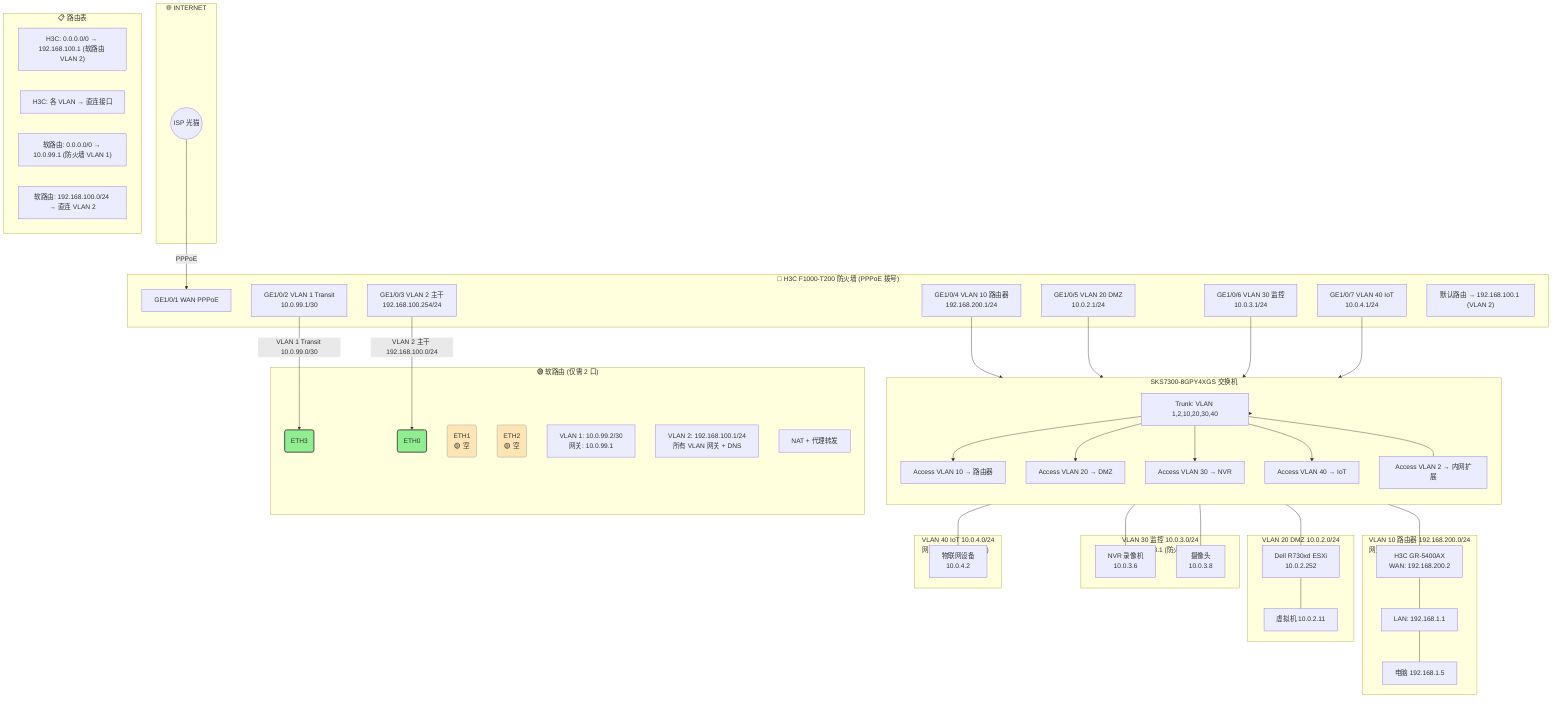
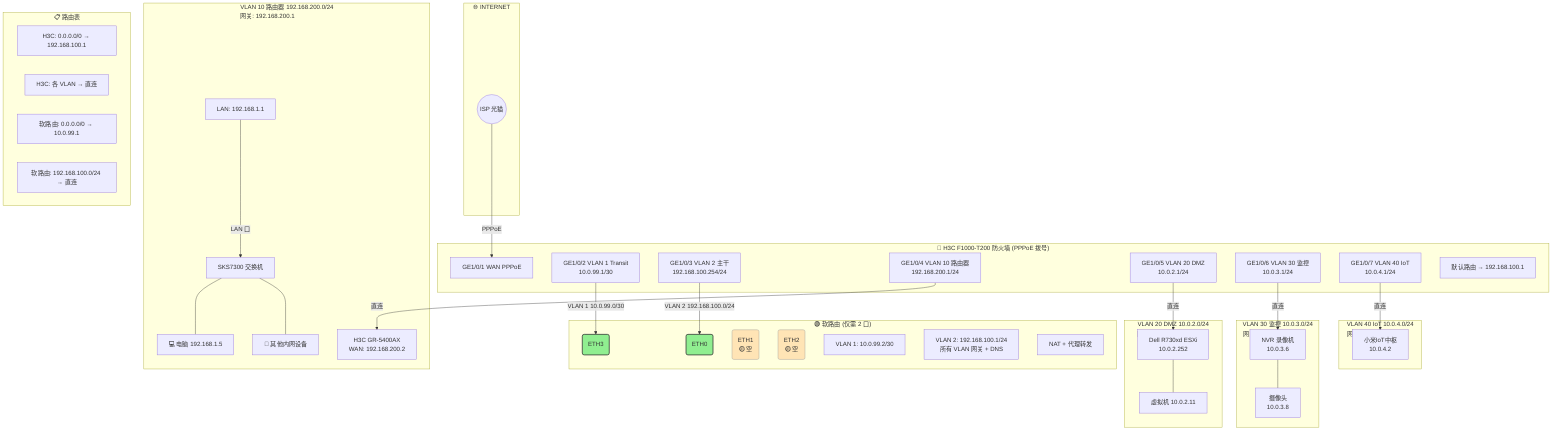
graph TB
    subgraph INTERNET["🌐 INTERNET"]
        ISP(("ISP 光猫"))
    end

    subgraph FW["🔴 H3C F1000-T200 防火墙 (PPPoE 拨号)"]
        GE1["GE1/0/1 WAN PPPoE"]
        GE2["GE1/0/2 VLAN 1 Transit<br/>10.0.99.1/30"]
        GE3["GE1/0/3 VLAN 2 主干<br/>192.168.100.254/24"]
        GE4["GE1/0/4 VLAN 10 路由器<br/>192.168.200.1/24"]
        GE5["GE1/0/5 VLAN 20 DMZ<br/>10.0.2.1/24"]
        GE6["GE1/0/6 VLAN 30 监控<br/>10.0.3.1/24"]
        GE7["GE1/0/7 VLAN 40 IoT<br/>10.0.4.1/24"]
-         FIREWALL_ROUTE["默认路由 → 192.168.100.1 (VLAN 2)"]
+         FW_R["默认路由 → 192.168.100.1"]
    end

    subgraph SR["🟢 软路由 (仅需 2 口)"]
        ETH3("ETH3"):::port
        ETH0("ETH0"):::port
        ETH1("ETH1<br/>🟡 空"):::port_idle
        ETH2("ETH2<br/>🟡 空"):::port_idle
-         SR_WAN["VLAN 1: 10.0.99.2/30<br/>网关: 10.0.99.1"]
+         SR_WAN["VLAN 1: 10.0.99.2/30"]
        SR_LAN["VLAN 2: 192.168.100.1/24<br/>所有 VLAN 网关 + DNS"]
        SR_NAT["NAT + 代理转发"]
    end

-     subgraph SW["SKS7300-8GPY4XGS 交换机"]
-         direction TB
-         TRUNK["Trunk: VLAN 1,2,10,20,30,40"]
-         P10["Access VLAN 10 → 路由器"]
-         P20["Access VLAN 20 → DMZ"]
-         P30["Access VLAN 30 → NVR"]
-         P40["Access VLAN 40 → IoT"]
-         P_LAN["Access VLAN 2 → 内网扩展"]
+     subgraph VLAN10["VLAN 10 路由器 192.168.200.0/24<br/>网关: 192.168.200.1"]
+         R2["H3C GR-5400AX<br/>WAN: 192.168.200.2"]
+         R2_LAN["LAN: 192.168.1.1"]
+         SW["SKS7300 交换机"]
+         PC["💻 电脑 192.168.1.5"]
+         OTHER["📱 其他内网设备"]
    end

-     subgraph VLAN10["VLAN 10 路由器 192.168.200.0/24<br/>网关: 192.168.200.1 (防火墙)"]
-         R2["H3C GR-5400AX<br/>WAN: 192.168.200.2"]
-         R2_LAN["LAN: 192.168.1.1"]
-         PC["电脑 192.168.1.5"]
-     end
- 
-     subgraph VLAN20["VLAN 20 DMZ 10.0.2.0/24<br/>网关: 10.0.2.1 (防火墙)"]
+     subgraph VLAN20["VLAN 20 DMZ 10.0.2.0/24<br/>网关: 10.0.2.1"]
        R730xd["Dell R730xd ESXi<br/>10.0.2.252"]
        VM["虚拟机 10.0.2.11"]
    end

-     subgraph VLAN30["VLAN 30 监控 10.0.3.0/24<br/>网关: 10.0.3.1 (防火墙)"]
+     subgraph VLAN30["VLAN 30 监控 10.0.3.0/24<br/>网关: 10.0.3.1"]
        NVR["NVR 录像机<br/>10.0.3.6"]
        CAM["摄像头<br/>10.0.3.8"]
    end

-     subgraph VLAN40["VLAN 40 IoT 10.0.4.0/24<br/>网关: 10.0.4.1 (防火墙)"]
-         IOT_DEV["物联网设备<br/>10.0.4.2"]
+     subgraph VLAN40["VLAN 40 IoT 10.0.4.0/24<br/>网关: 10.0.4.1"]
+         IOT["小米IoT中枢<br/>10.0.4.2"]
    end

    ISP -->|"PPPoE"| GE1
-     GE2 -->|"VLAN 1 Transit 10.0.99.0/30"| ETH3
-     GE3 -->|"VLAN 2 主干 192.168.100.0/24"| ETH0
-     GE4 --> SW
-     GE5 --> SW
-     GE6 --> SW
-     GE7 --> SW
-     SW --> TRUNK
-     TRUNK --> P10
-     TRUNK --> P20
-     TRUNK --> P30
-     TRUNK --> P40
-     TRUNK --- P_LAN
-     P10 --- R2
-     R2 --- R2_LAN
-     R2_LAN --- PC
-     P20 --- R730xd
+     GE2 -->|"VLAN 1 10.0.99.0/30"| ETH3
+     GE3 -->|"VLAN 2 192.168.100.0/24"| ETH0
+     GE4 -->|"直连"| R2
+     GE5 -->|"直连"| R730xd
+     GE6 -->|"直连"| NVR
+     GE7 -->|"直连"| IOT
+     R2_LAN -->|"LAN 口"| SW
+     SW --- PC
+     SW --- OTHER
    R730xd --- VM
-     P30 --- NVR
-     P30 --- CAM
-     P40 --- IOT_DEV
+     NVR --- CAM

    subgraph ROUTES["📋 路由表"]
-         H1["H3C: 0.0.0.0/0 → 192.168.100.1 (软路由 VLAN 2)"]
-         H2["H3C: 各 VLAN → 直连接口"]
-         S1["软路由: 0.0.0.0/0 → 10.0.99.1 (防火墙 VLAN 1)"]
-         S2["软路由: 192.168.100.0/24 → 直连 VLAN 2"]
+         H1["H3C: 0.0.0.0/0 → 192.168.100.1"]
+         H2["H3C: 各 VLAN → 直连"]
+         S1["软路由: 0.0.0.0/0 → 10.0.99.1"]
+         S2["软路由: 192.168.100.0/24 → 直连"]
    end

    classDef port fill:#90EE90,stroke:#333,stroke-width:2
    classDef port_idle fill:#FFE4B5,stroke:#999,stroke-width:1,dashed